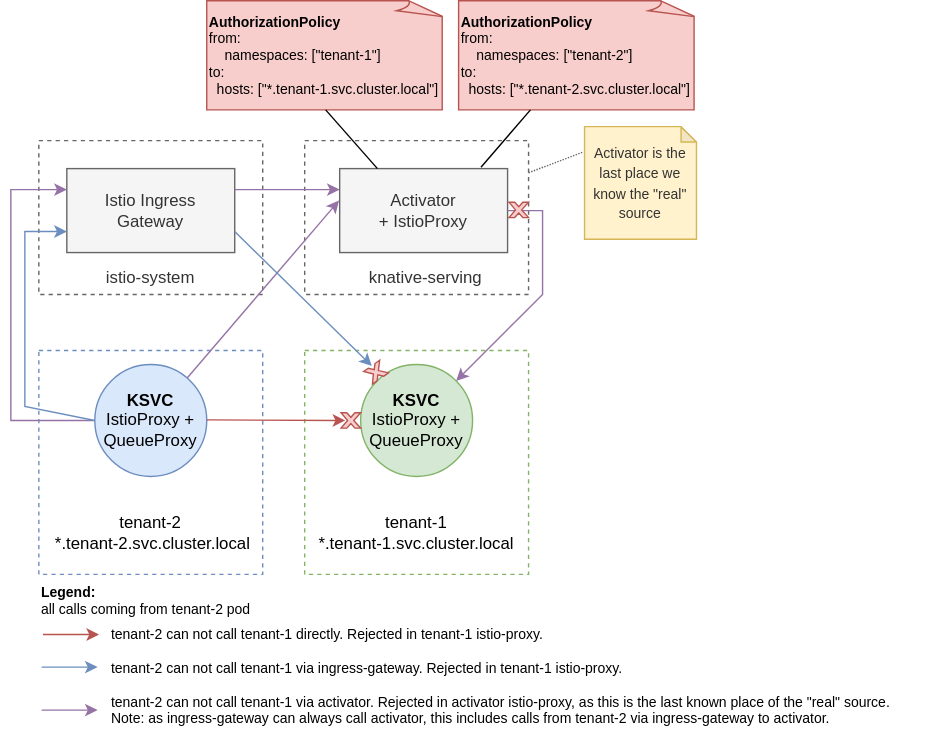
This is modules/serverless-common/assets/images/service-mesh/multi-tenancy-service-mesh-Serving.drawio.svg from openshift-knative/docs, a draw.io export, as it was before one commit. Source tidied: cells renumbered, new cells last; positions are measured from the earlier drawing's top-left corner, leaving out a move shared by most shapes.
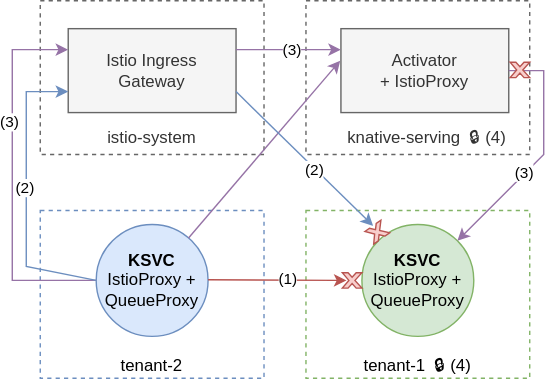
After the commit.

Commit message:
extract text out of Serving image

The edit, as a diff of the source:
```diff
@@ -2,13 +2,13 @@
   <root>
     <mxCell id="0" />
     <mxCell id="1" parent="0" />
-    <mxCell id="2" value="&lt;br&gt;&lt;br&gt;&lt;br&gt;&lt;br&gt;&lt;br&gt;&lt;br&gt;&lt;br&gt;tenant-1&lt;br&gt;*.tenant-1.svc.cluster.local" style="rounded=0;whiteSpace=wrap;html=1;fillColor=none;dashed=1;strokeColor=#82b366;" parent="1" vertex="1">
-      <mxGeometry x="210" y="250" width="160" height="160" as="geometry" />
+    <mxCell id="2" value="&lt;br&gt;&lt;br&gt;&lt;br&gt;&lt;br&gt;&lt;br&gt;&lt;br&gt;&lt;br&gt;tenant-1&amp;nbsp; 🔒 (4)" style="rounded=0;whiteSpace=wrap;html=1;fillColor=none;dashed=1;strokeColor=#82b366;" parent="1" vertex="1">
+      <mxGeometry x="210" y="250" width="160" height="120" as="geometry" />
     </mxCell>
-    <mxCell id="3" value="&lt;br&gt;&lt;br&gt;&lt;br&gt;&lt;br&gt;&lt;br&gt;&lt;br&gt;&lt;br&gt;tenant-2&lt;br&gt;&amp;nbsp;*.tenant-2.svc.cluster.local" style="rounded=0;whiteSpace=wrap;html=1;fillColor=none;dashed=1;strokeColor=#6c8ebf;" parent="1" vertex="1">
-      <mxGeometry x="20" y="250" width="160" height="160" as="geometry" />
+    <mxCell id="3" value="&lt;br&gt;&lt;br&gt;&lt;br&gt;&lt;br&gt;&lt;br&gt;&lt;br&gt;&lt;br&gt;tenant-2" style="rounded=0;whiteSpace=wrap;html=1;fillColor=none;dashed=1;strokeColor=#6c8ebf;" parent="1" vertex="1">
+      <mxGeometry x="20" y="250" width="160" height="120" as="geometry" />
     </mxCell>
-    <mxCell id="4" value="&lt;br&gt;&lt;br&gt;&lt;br&gt;&lt;br&gt;&lt;br&gt;&lt;br&gt;&amp;nbsp; &amp;nbsp; knative-serving" style="rounded=0;whiteSpace=wrap;html=1;fillColor=none;dashed=1;strokeColor=#666666;fontColor=#333333;" parent="1" vertex="1">
+    <mxCell id="4" value="&lt;br&gt;&lt;br&gt;&lt;br&gt;&lt;br&gt;&lt;br&gt;&lt;br&gt;&amp;nbsp; &amp;nbsp; knative-serving&amp;nbsp; 🔒 (4)" style="rounded=0;whiteSpace=wrap;html=1;fillColor=none;dashed=1;strokeColor=#666666;fontColor=#333333;" parent="1" vertex="1">
       <mxGeometry x="210" y="100" width="160" height="110" as="geometry" />
     </mxCell>
     <mxCell id="5" value="&lt;br&gt;&lt;br&gt;&lt;br&gt;&lt;br&gt;&lt;br&gt;&lt;br&gt;istio-system" style="rounded=0;whiteSpace=wrap;html=1;fillColor=none;dashed=1;strokeColor=#666666;fontColor=#333333;" parent="1" vertex="1">
@@ -32,12 +32,18 @@
         <mxPoint x="239" y="300" as="targetPoint" />
       </mxGeometry>
     </mxCell>
+    <mxCell id="31" value="(1)" style="edgeLabel;html=1;align=center;verticalAlign=middle;" parent="10" vertex="1">
+      <mxGeometry x="0.15" y="1" relative="1" as="geometry" />
+    </mxCell>
     <mxCell id="11" style="endArrow=classic;html=1;rounded=0;fillColor=#e1d5e7;strokeColor=#9673a6;strokeWidth=1;entryX=-0.004;entryY=0.381;entryDx=0;entryDy=0;entryPerimeter=0;" parent="1" edge="1" source="8" target="7">
       <mxGeometry x="-0.15" y="-6" relative="1" as="geometry" />
     </mxCell>
     <mxCell id="12" style="endArrow=classic;html=1;rounded=0;fillColor=#e1d5e7;strokeColor=#9673a6;strokeWidth=1;exitX=1;exitY=0.25;exitDx=0;exitDy=0;entryX=0;entryY=0.25;entryDx=0;entryDy=0;" parent="1" edge="1" source="6" target="7">
       <mxGeometry relative="1" as="geometry" />
     </mxCell>
+    <mxCell id="32" value="&lt;meta charset=&quot;utf-8&quot;&gt;&lt;span style=&quot;color: rgb(0, 0, 0); font-family: Helvetica; font-size: 11px; font-style: normal; font-variant-ligatures: normal; font-variant-caps: normal; font-weight: 400; letter-spacing: normal; orphans: 2; text-align: center; text-indent: 0px; text-transform: none; widows: 2; word-spacing: 0px; -webkit-text-stroke-width: 0px; background-color: rgb(255, 255, 255); text-decoration-thickness: initial; text-decoration-style: initial; text-decoration-color: initial; float: none; display: inline !important;&quot;&gt;(3)&lt;/span&gt;" style="edgeLabel;html=1;align=center;verticalAlign=middle;" parent="12" vertex="1">
+      <mxGeometry x="0.07" relative="1" as="geometry" />
+    </mxCell>
     <mxCell id="13" style="verticalLabelPosition=bottom;verticalAlign=top;html=1;shape=mxgraph.basic.x;fillColor=#f8cecc;strokeColor=#b85450;rotation=0;" parent="1" vertex="1">
       <mxGeometry x="236" y="294.5" width="14" height="11" as="geometry" />
     </mxCell>
@@ -49,28 +55,12 @@
         </Array>
       </mxGeometry>
     </mxCell>
-    <mxCell id="15" value="&lt;b&gt;AuthorizationPolicy&lt;br&gt;&lt;/b&gt;from:&lt;br&gt;&amp;nbsp; &amp;nbsp;&amp;nbsp;&lt;font style=&quot;font-size: 10px;&quot;&gt;&lt;span style=&quot;box-sizing: border-box; margin: 0px; padding: 0px; border: 0px; font-variant-numeric: inherit; font-variant-east-asian: inherit; font-stretch: inherit; line-height: inherit; vertical-align: baseline;&quot; class=&quot;token key atrule&quot;&gt;namespaces&lt;/span&gt;&lt;span style=&quot;box-sizing: border-box; margin: 0px; padding: 0px; border: 0px; font-variant-numeric: inherit; font-variant-east-asian: inherit; font-stretch: inherit; line-height: inherit; vertical-align: baseline;&quot; class=&quot;token punctuation&quot;&gt;:&amp;nbsp;[&quot;tenant-1&quot;]&lt;br&gt;to:&lt;br&gt;&amp;nbsp; hosts: [&quot;*.tenant-1.svc.cluster.local&quot;]&lt;br&gt;&lt;/span&gt;&lt;/font&gt;" style="whiteSpace=wrap;html=1;shape=mxgraph.basic.document;fontSize=10;fillColor=#f8cecc;align=left;strokeColor=#b85450;" parent="1" vertex="1">
-      <mxGeometry x="140" width="170" height="78" as="geometry" />
-    </mxCell>
-    <mxCell id="16" value="&lt;b&gt;AuthorizationPolicy&lt;br&gt;&lt;/b&gt;from:&lt;br&gt;&amp;nbsp; &amp;nbsp;&amp;nbsp;&lt;font style=&quot;font-size: 10px;&quot;&gt;&lt;span style=&quot;box-sizing: border-box; margin: 0px; padding: 0px; border: 0px; font-variant-numeric: inherit; font-variant-east-asian: inherit; font-stretch: inherit; line-height: inherit; vertical-align: baseline;&quot; class=&quot;token key atrule&quot;&gt;namespaces&lt;/span&gt;&lt;span style=&quot;box-sizing: border-box; margin: 0px; padding: 0px; border: 0px; font-variant-numeric: inherit; font-variant-east-asian: inherit; font-stretch: inherit; line-height: inherit; vertical-align: baseline;&quot; class=&quot;token punctuation&quot;&gt;:&amp;nbsp;[&quot;tenant-2&quot;]&lt;br&gt;to:&lt;br&gt;&amp;nbsp; hosts: [&quot;*.tenant-2.svc.cluster.local&quot;]&lt;br&gt;&lt;/span&gt;&lt;/font&gt;" style="whiteSpace=wrap;html=1;shape=mxgraph.basic.document;fontSize=10;fillColor=#f8cecc;align=left;strokeColor=#b85450;" parent="1" vertex="1">
-      <mxGeometry x="320" width="170" height="78" as="geometry" />
-    </mxCell>
+    <mxCell id="33" value="&lt;meta charset=&quot;utf-8&quot;&gt;&lt;span style=&quot;color: rgb(0, 0, 0); font-family: Helvetica; font-size: 11px; font-style: normal; font-variant-ligatures: normal; font-variant-caps: normal; font-weight: 400; letter-spacing: normal; orphans: 2; text-align: center; text-indent: 0px; text-transform: none; widows: 2; word-spacing: 0px; -webkit-text-stroke-width: 0px; background-color: rgb(255, 255, 255); text-decoration-thickness: initial; text-decoration-style: initial; text-decoration-color: initial; float: none; display: inline !important;&quot;&gt;(3)&lt;/span&gt;" style="edgeLabel;html=1;align=center;verticalAlign=middle;" parent="14" vertex="1">
+      <mxGeometry x="0.21" y="-1" relative="1" as="geometry" />
+    </mxCell>
     <mxCell id="17" style="verticalLabelPosition=bottom;verticalAlign=top;html=1;shape=mxgraph.basic.x;fillColor=#f8cecc;strokeColor=#b85450;rotation=0;" parent="1" vertex="1">
       <mxGeometry x="356" y="144" width="14" height="11" as="geometry" />
     </mxCell>
-    <mxCell id="18" style="endArrow=none;html=1;rounded=0;strokeWidth=1;fontFamily=Helvetica;fontSize=10;fontColor=#000000;entryX=0.5;entryY=1;entryDx=0;entryDy=0;entryPerimeter=0;" parent="1" edge="1" target="15">
-      <mxGeometry relative="1" as="geometry">
-        <mxPoint x="262" y="120" as="sourcePoint" />
-      </mxGeometry>
-    </mxCell>
-    <mxCell id="19" style="endArrow=none;html=1;rounded=0;strokeWidth=1;fontFamily=Helvetica;fontSize=10;fontColor=#000000;" parent="1" edge="1" target="16">
-      <mxGeometry relative="1" as="geometry">
-        <mxPoint x="336" y="119" as="sourcePoint" />
-      </mxGeometry>
-    </mxCell>
-    <mxCell id="20" style="endArrow=none;html=1;rounded=0;strokeWidth=1;fontFamily=Helvetica;fontSize=10;fontColor=#000000;exitX=-0.021;exitY=0.228;exitDx=0;exitDy=0;exitPerimeter=0;dashed=1;fillColor=#f5f5f5;strokeColor=#666666;dashPattern=1 1;entryX=0.998;entryY=0.21;entryDx=0;entryDy=0;entryPerimeter=0;" parent="1" edge="1" source="28" target="4">
-      <mxGeometry relative="1" as="geometry" />
-    </mxCell>
     <mxCell id="21" style="endArrow=classic;html=1;rounded=0;fillColor=#dae8fc;strokeColor=#6c8ebf;strokeWidth=1;exitX=1;exitY=0.75;exitDx=0;exitDy=0;" parent="1" edge="1" source="6">
       <mxGeometry x="0.57" relative="1" as="geometry">
         <mxPoint x="258" y="261" as="targetPoint" />
@@ -79,18 +69,9 @@
     <mxCell id="22" style="verticalLabelPosition=bottom;verticalAlign=top;html=1;shape=mxgraph.basic.x;fillColor=#f8cecc;strokeColor=#b85450;rotation=-35;" parent="21" vertex="1">
       <mxGeometry x="-466" y="-490" width="14" height="11" as="geometry" />
     </mxCell>
-    <mxCell id="23" value="&lt;b&gt;Legend: &lt;br&gt;&lt;/b&gt;all calls coming from tenant-2 pod" style="text;html=1;strokeColor=none;fillColor=none;align=left;verticalAlign=middle;whiteSpace=wrap;rounded=0;fontFamily=Helvetica;fontSize=10;fontColor=#000000;" parent="1" vertex="1">
-      <mxGeometry x="20" y="424" width="440" height="10" as="geometry" />
-    </mxCell>
-    <mxCell id="24" style="endArrow=classic;html=1;rounded=0;fillColor=#f8cecc;strokeColor=#b85450;strokeWidth=1;" parent="1" edge="1">
-      <mxGeometry relative="1" as="geometry">
-        <mxPoint x="23" y="453" as="sourcePoint" />
-        <mxPoint x="63" y="453" as="targetPoint" />
-      </mxGeometry>
-    </mxCell>
-    <mxCell id="25" value="tenant-2 can not call tenant-1 directly. Rejected in tenant-1 istio-proxy.&lt;br&gt;&lt;br&gt;tenant-2 can not call tenant-1 via ingress-gateway. Rejected in tenant-1 istio-proxy.&lt;br&gt;&lt;br&gt;tenant-2 can not call tenant-1 via activator. Rejected in activator istio-proxy, as this is the last known place of the &quot;real&quot; source.&lt;br&gt;Note: as ingress-gateway can always call activator, this includes calls from tenant-2 via ingress-gateway to activator." style="text;html=1;strokeColor=none;fillColor=none;align=left;verticalAlign=middle;whiteSpace=wrap;rounded=0;fontFamily=Helvetica;fontSize=10;fontColor=#000000;" parent="1" vertex="1">
-      <mxGeometry x="70" y="440" width="599" height="85" as="geometry" />
-    </mxCell>
+    <mxCell id="34" value="(2)" style="edgeLabel;html=1;align=center;verticalAlign=middle;" parent="21" vertex="1">
+      <mxGeometry x="0.16" y="-1" relative="1" as="geometry" />
+    </mxCell>
     <mxCell id="26" style="endArrow=classic;html=1;entryX=0;entryY=0.25;entryDx=0;entryDy=0;fillColor=#e1d5e7;strokeColor=#9673a6;strokeWidth=1;exitX=0;exitY=0.5;exitDx=0;exitDy=0;rounded=0;" parent="1" edge="1" source="8" target="6">
       <mxGeometry x="0.42" y="-30" relative="1" as="geometry">
         <Array as="points">
@@ -99,6 +80,9 @@
         </Array>
       </mxGeometry>
     </mxCell>
+    <mxCell id="35" value="(3)" style="edgeLabel;html=1;align=center;verticalAlign=middle;" parent="26" vertex="1">
+      <mxGeometry x="0.31" y="2" relative="1" as="geometry" />
+    </mxCell>
     <mxCell id="27" style="endArrow=classic;html=1;entryX=0;entryY=0.75;entryDx=0;entryDy=0;fillColor=#dae8fc;strokeColor=#6c8ebf;strokeWidth=1;exitX=0;exitY=0.5;exitDx=0;exitDy=0;rounded=0;" parent="1" edge="1" source="8" target="6">
       <mxGeometry x="0.42" y="-30" relative="1" as="geometry">
         <Array as="points">
@@ -107,20 +91,8 @@
         </Array>
       </mxGeometry>
     </mxCell>
-    <mxCell id="28" value="&lt;span style=&quot;color: rgb(51, 51, 51); font-size: 10px;&quot;&gt;Activator is the last place we know the &quot;real&quot; source&lt;/span&gt;" style="shape=note;whiteSpace=wrap;html=1;backgroundOutline=1;darkOpacity=0.05;fillColor=#fff2cc;size=11;strokeColor=#d6b656;" parent="1" vertex="1">
-      <mxGeometry x="410" y="90" width="80" height="80.5" as="geometry" />
-    </mxCell>
-    <mxCell id="29" style="endArrow=classic;html=1;rounded=0;fillColor=#dae8fc;strokeColor=#6c8ebf;strokeWidth=1;" parent="1" edge="1">
-      <mxGeometry relative="1" as="geometry">
-        <mxPoint x="22" y="476.3" as="sourcePoint" />
-        <mxPoint x="62" y="476.3" as="targetPoint" />
-      </mxGeometry>
-    </mxCell>
-    <mxCell id="30" style="endArrow=classic;html=1;rounded=0;fillColor=#e1d5e7;strokeColor=#9673a6;strokeWidth=1;" parent="1" edge="1">
-      <mxGeometry relative="1" as="geometry">
-        <mxPoint x="22" y="507" as="sourcePoint" />
-        <mxPoint x="62" y="507" as="targetPoint" />
-      </mxGeometry>
-    </mxCell>
+    <mxCell id="36" value="&lt;meta charset=&quot;utf-8&quot;&gt;&lt;span style=&quot;color: rgb(0, 0, 0); font-family: Helvetica; font-size: 11px; font-style: normal; font-variant-ligatures: normal; font-variant-caps: normal; font-weight: 400; letter-spacing: normal; orphans: 2; text-align: center; text-indent: 0px; text-transform: none; widows: 2; word-spacing: 0px; -webkit-text-stroke-width: 0px; background-color: rgb(255, 255, 255); text-decoration-thickness: initial; text-decoration-style: initial; text-decoration-color: initial; float: none; display: inline !important;&quot;&gt;(2)&lt;/span&gt;" style="edgeLabel;html=1;align=center;verticalAlign=middle;" parent="27" vertex="1">
+      <mxGeometry x="0.04" y="1" relative="1" as="geometry" />
+    </mxCell>
   </root>
 </mxGraphModel>
```
